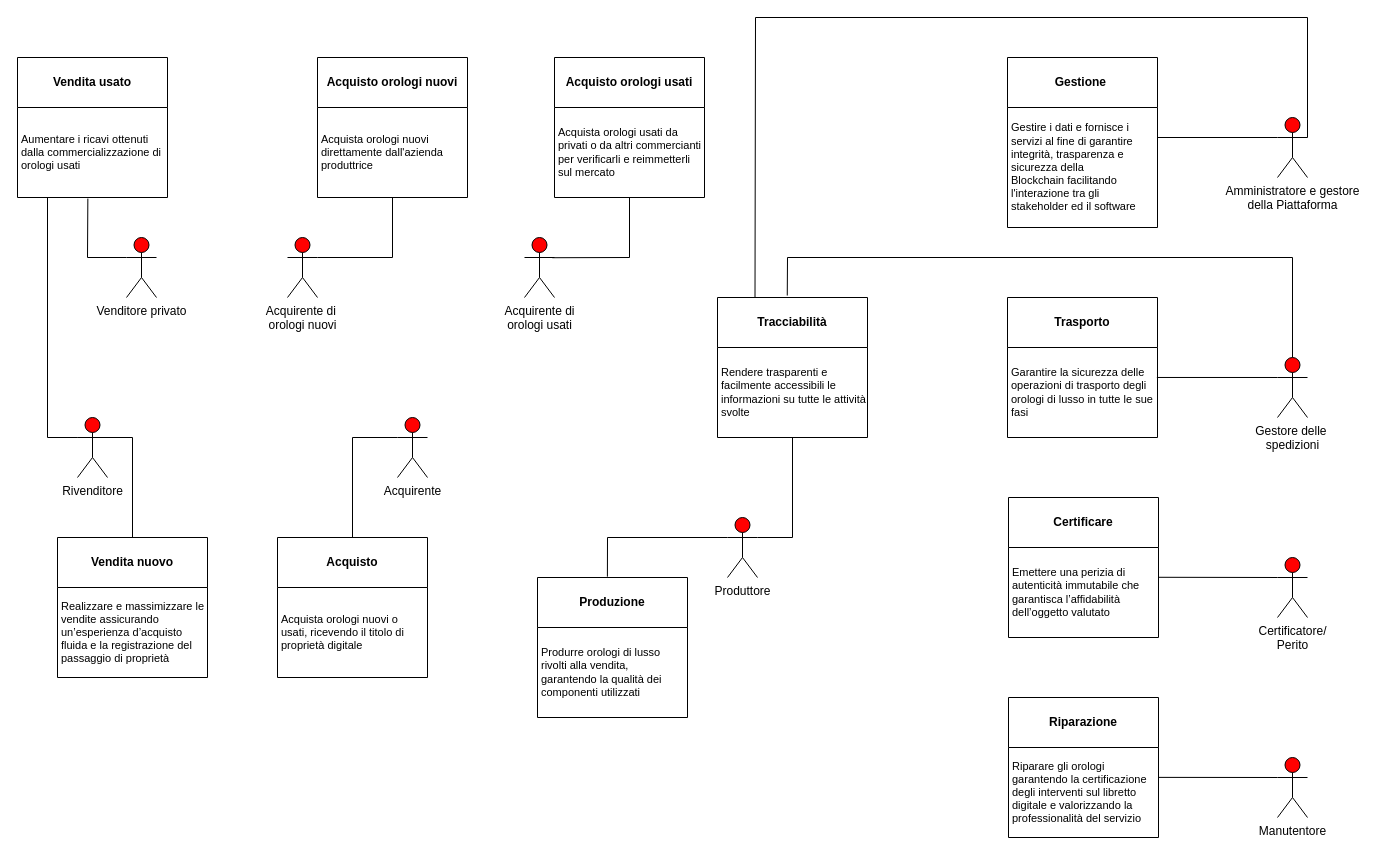
The draw.io diagram Diagrammi/Capitolo3/GoalRoleDiagram.drawio in Vittorio92/ProgettoSistemiInformativi, before the edit. Source tidied: cells renumbered, new cells numbered last; positions are measured from the earlier drawing's top-left corner, leaving out a move shared by most shapes. Both pictures are drawn from the tidied source at 100%, with x=0, y=0 at pixel (17, 17).
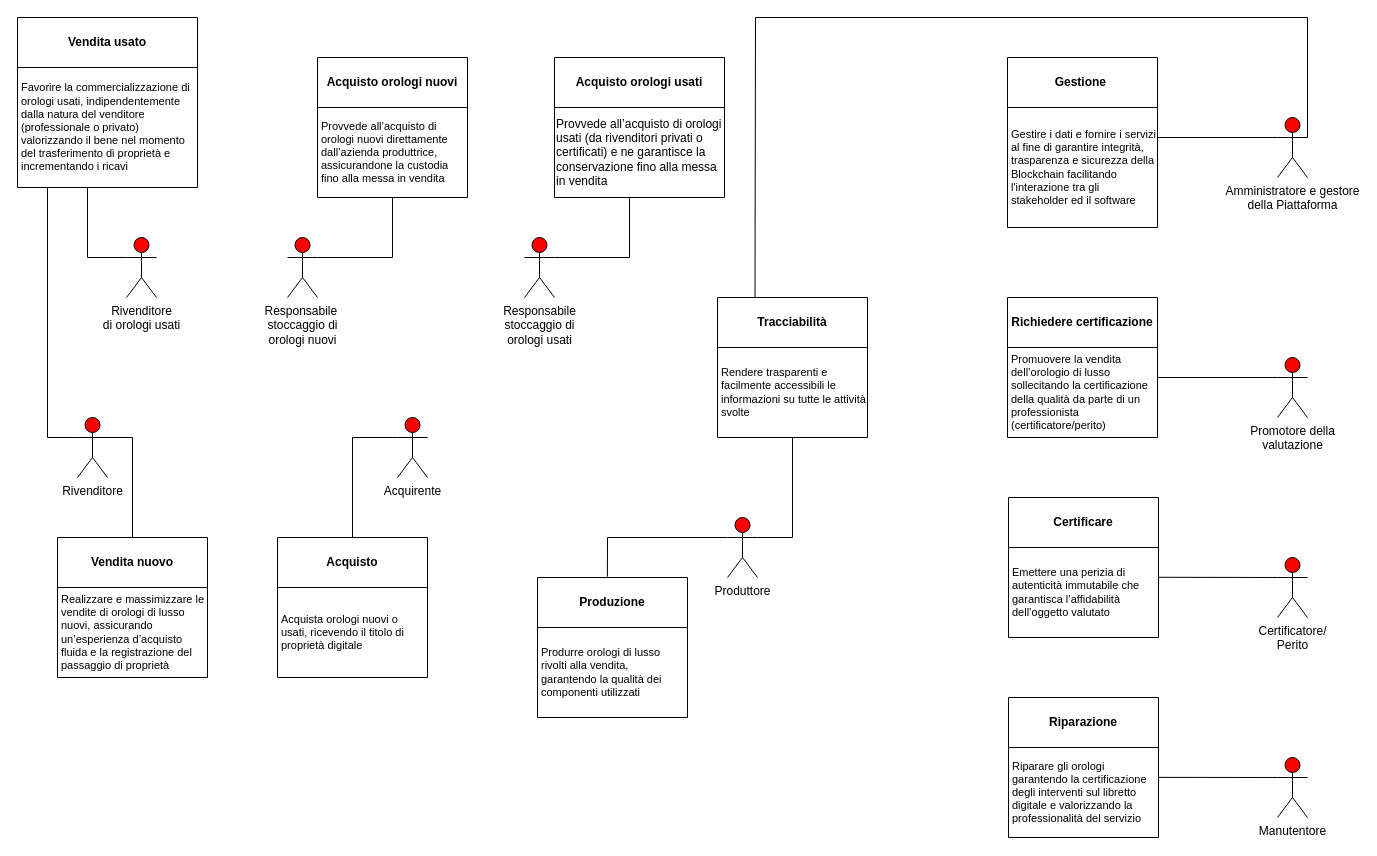
Above is the later version.

Unchanged cells that the change refers to:
```xml
<mxCell id="12" value="&lt;b&gt;Gestione&amp;nbsp;&lt;/b&gt;" style="swimlane;fontStyle=0;horizontal=1;startSize=50;whiteSpace=wrap;html=1;" parent="1" vertex="1">
  <mxGeometry x="990" y="40" width="150" height="170" as="geometry" />
</mxCell>
<mxCell id="16" value="&lt;b&gt;Tracciabilità&lt;/b&gt;" style="swimlane;fontStyle=0;horizontal=1;startSize=50;whiteSpace=wrap;html=1;" parent="1" vertex="1">
  <mxGeometry x="700" y="280" width="150" height="140" as="geometry" />
</mxCell>
<mxCell id="24" value="&lt;b&gt;Vendita nuovo&lt;/b&gt;" style="swimlane;fontStyle=0;horizontal=1;startSize=50;whiteSpace=wrap;html=1;" parent="1" vertex="1">
  <mxGeometry x="40" y="520" width="150" height="140" as="geometry" />
</mxCell>
<mxCell id="30" value="&lt;b&gt;Acquisto orologi nuovi&lt;/b&gt;" style="swimlane;fontStyle=0;horizontal=1;startSize=50;whiteSpace=wrap;html=1;" parent="1" vertex="1">
  <mxGeometry x="300" y="40" width="150" height="140" as="geometry" />
</mxCell>
```

The edit, as a diff of the source:
```diff
@@
-    <mxCell id="6" value="Gestore delle&amp;nbsp;&lt;div&gt;spedizioni&lt;/div&gt;" style="shape=umlActor;verticalLabelPosition=bottom;verticalAlign=top;html=1;fillColor=#FF0000;" parent="1" vertex="1">
-      <mxGeometry x="1260" y="340" width="30" height="60" as="geometry" />
-    </mxCell>
@@
-    <mxCell id="8" value="Venditore privato" style="shape=umlActor;verticalLabelPosition=bottom;verticalAlign=top;html=1;fillColor=#FF0000;" parent="1" vertex="1">
+    <mxCell id="8" value="Rivenditore&lt;div&gt;di orologi usati&lt;/div&gt;" style="shape=umlActor;verticalLabelPosition=bottom;verticalAlign=top;html=1;fillColor=#FF0000;" parent="1" vertex="1">
       <mxGeometry x="109" y="220" width="30" height="60" as="geometry" />
     </mxCell>
@@
-    <mxCell id="10" value="Acquirente di&amp;nbsp;&lt;div&gt;orologi nuovi&lt;/div&gt;" style="shape=umlActor;verticalLabelPosition=bottom;verticalAlign=top;html=1;fillColor=#FF0000;" parent="1" vertex="1">
+    <mxCell id="10" value="Responsabile&amp;nbsp;&lt;div&gt;stoccaggio di&lt;/div&gt;&lt;div&gt;orologi nuovi&lt;/div&gt;" style="shape=umlActor;verticalLabelPosition=bottom;verticalAlign=top;html=1;fillColor=#FF0000;" parent="1" vertex="1">
       <mxGeometry x="270" y="220" width="30" height="60" as="geometry" />
     </mxCell>
-    <mxCell id="11" value="Acquirente di&lt;div&gt;orologi usati&lt;/div&gt;" style="shape=umlActor;verticalLabelPosition=bottom;verticalAlign=top;html=1;fillColor=#FF0000;" parent="1" vertex="1">
+    <mxCell id="11" value="Responsabile&lt;div&gt;stoccaggio di&lt;/div&gt;&lt;div&gt;orologi usati&lt;/div&gt;" style="shape=umlActor;verticalLabelPosition=bottom;verticalAlign=top;html=1;fillColor=#FF0000;" parent="1" vertex="1">
       <mxGeometry x="507" y="220" width="30" height="60" as="geometry" />
     </mxCell>
@@
-    <mxCell id="13" value="Gestire i dati e fornisce i servizi al fine di garantire integrità, trasparenza e sicurezza della Blockchain&amp;nbsp;&lt;span style=&quot;background-color: transparent; color: light-dark(rgb(0, 0, 0), rgb(255, 255, 255));&quot;&gt;facilitando l'interazione tra gli stakeholder ed il software&lt;/span&gt;" style="text;html=1;whiteSpace=wrap;strokeColor=none;fillColor=none;align=left;verticalAlign=middle;rounded=0;fontSize=11;spacingLeft=2;" parent="12" vertex="1">
+    <mxCell id="13" value="Gestire i dati e fornire i servizi al fine di garantire integrità, trasparenza e sicurezza della Blockchain&amp;nbsp;&lt;span style=&quot;background-color: transparent; color: light-dark(rgb(0, 0, 0), rgb(255, 255, 255));&quot;&gt;facilitando l'interazione tra gli stakeholder ed il software&lt;/span&gt;" style="text;html=1;whiteSpace=wrap;strokeColor=none;fillColor=none;align=left;verticalAlign=middle;rounded=0;fontSize=11;spacingLeft=2;" parent="12" vertex="1">
       <mxGeometry y="50" width="150" height="120" as="geometry" />
     </mxCell>
-    <mxCell id="14" value="&lt;b&gt;Trasporto&lt;/b&gt;" style="swimlane;fontStyle=0;horizontal=1;startSize=50;whiteSpace=wrap;html=1;" parent="1" vertex="1">
-      <mxGeometry x="990" y="280" width="150" height="140" as="geometry" />
-    </mxCell>
-    <mxCell id="15" value="Garantire la sicurezza delle operazioni di trasporto degli orologi di lusso in tutte le sue fasi" style="text;html=1;whiteSpace=wrap;strokeColor=none;fillColor=none;align=left;verticalAlign=middle;rounded=0;fontSize=11;spacingLeft=2;" parent="14" vertex="1">
-      <mxGeometry y="50" width="150" height="90" as="geometry" />
-    </mxCell>
@@
-    <mxCell id="25" value="Realizzare e massimizzare le vendite assicurando un’esperienza d’acquisto fluida e la registrazione del passaggio di proprietà" style="text;html=1;whiteSpace=wrap;strokeColor=none;fillColor=none;align=left;verticalAlign=middle;rounded=0;fontSize=11;spacingLeft=2;" parent="24" vertex="1">
+    <mxCell id="25" value="Realizzare e massimizzare le vendite di orologi di lusso nuovi, assicurando un’esperienza d’acquisto fluida e la registrazione del passaggio di proprietà" style="text;html=1;whiteSpace=wrap;strokeColor=none;fillColor=none;align=left;verticalAlign=middle;rounded=0;fontSize=11;spacingLeft=2;" parent="24" vertex="1">
       <mxGeometry y="50" width="150" height="90" as="geometry" />
     </mxCell>
-    <mxCell id="26" value="&lt;b&gt;Acquisto orologi usati&lt;/b&gt;" style="swimlane;fontStyle=0;horizontal=1;startSize=50;whiteSpace=wrap;html=1;" parent="1" vertex="1">
-      <mxGeometry x="537" y="40" width="150" height="140" as="geometry" />
+    <mxCell id="26" value="&lt;b&gt;Acquisto orologi usati&lt;/b&gt;" style="swimlane;fontStyle=0;horizontal=1;startSize=50;whiteSpace=wrap;html=1;align=center;" parent="1" vertex="1">
+      <mxGeometry x="537" y="40" width="170" height="140" as="geometry" />
     </mxCell>
-    <mxCell id="27" value="Acquista orologi usati da privati o da altri commercianti per verificarli e reimmetterli sul mercato" style="text;html=1;whiteSpace=wrap;strokeColor=none;fillColor=none;align=left;verticalAlign=middle;rounded=0;fontSize=11;spacingLeft=2;" parent="26" vertex="1">
-      <mxGeometry y="50" width="150" height="90" as="geometry" />
-    </mxCell>
+    <mxCell id="48" value="Provvede all’acquisto di orologi usati (da rivenditori privati o certificati) e ne garantisce la conservazione fino alla messa in vendita" style="text;html=1;whiteSpace=wrap;strokeColor=none;fillColor=none;align=left;verticalAlign=middle;rounded=0;" parent="26" vertex="1">
+      <mxGeometry y="50" width="170" height="90" as="geometry" />
+    </mxCell>
     <mxCell id="28" value="&lt;b&gt;Vendita usato&lt;/b&gt;" style="swimlane;fontStyle=0;horizontal=1;startSize=50;whiteSpace=wrap;html=1;" parent="1" vertex="1">
-      <mxGeometry y="40" width="150" height="140" as="geometry" />
+      <mxGeometry width="180" height="170" as="geometry" />
     </mxCell>
-    <mxCell id="29" value="Aumentare i ricavi ottenuti dalla commercializzazione di orologi usati" style="text;html=1;whiteSpace=wrap;strokeColor=none;fillColor=none;align=left;verticalAlign=middle;rounded=0;fontSize=11;spacingLeft=2;" parent="28" vertex="1">
-      <mxGeometry y="50" width="150" height="90" as="geometry" />
+    <mxCell id="29" value="Favorire la commercializzazione di orologi usati, indipendentemente dalla natura del venditore (professionale o privato) valorizzando il bene nel momento del trasferimento di proprietà e incrementando i ricavi" style="text;html=1;whiteSpace=wrap;strokeColor=none;fillColor=none;align=left;verticalAlign=middle;rounded=0;fontSize=11;spacingLeft=2;labelPosition=center;verticalLabelPosition=middle;" parent="28" vertex="1">
+      <mxGeometry y="50" width="180" height="120" as="geometry" />
     </mxCell>
@@
-    <mxCell id="31" value="Acquista orologi nuovi direttamente dall'azienda produttrice" style="text;html=1;whiteSpace=wrap;strokeColor=none;fillColor=none;align=left;verticalAlign=middle;rounded=0;fontSize=11;spacingLeft=2;" parent="30" vertex="1">
+    <mxCell id="31" value="Provvede all’acquisto di orologi nuovi direttamente dall’azienda produttrice, assicurandone la custodia fino alla messa in vendita" style="text;html=1;whiteSpace=wrap;strokeColor=none;fillColor=none;align=left;verticalAlign=middle;rounded=0;fontSize=11;spacingLeft=2;" parent="30" vertex="1">
       <mxGeometry y="50" width="150" height="90" as="geometry" />
     </mxCell>
@@
-    <mxCell id="35" style="endArrow=none;html=1;rounded=0;entryX=0;entryY=0.3333333333333333;entryDx=0;entryDy=0;entryPerimeter=0;exitX=0.996;exitY=0.333;exitDx=0;exitDy=0;exitPerimeter=0;" parent="1" edge="1" source="15" target="6">
-      <mxGeometry relative="1" as="geometry" />
-    </mxCell>
@@
-    <mxCell id="40" style="endArrow=none;html=1;rounded=0;exitX=0.5;exitY=0;exitDx=0;exitDy=0;exitPerimeter=0;entryX=0.465;entryY=-0.014;entryDx=0;entryDy=0;entryPerimeter=0;" parent="1" edge="1" source="6" target="16">
-      <mxGeometry relative="1" as="geometry">
-        <Array as="points">
-          <mxPoint x="1275" y="240" />
-          <mxPoint x="770" y="240" />
-        </Array>
-      </mxGeometry>
-    </mxCell>
-    <mxCell id="41" style="endArrow=none;html=1;rounded=0;exitX=0.926;exitY=0.337;exitDx=0;exitDy=0;exitPerimeter=0;entryX=0.5;entryY=1;entryDx=0;entryDy=0;" parent="1" edge="1" source="11" target="27">
+    <mxCell id="41" style="endArrow=none;html=1;rounded=0;entryX=0.5;entryY=1;entryDx=0;entryDy=0;exitX=1;exitY=0.3333333333333333;exitDx=0;exitDy=0;exitPerimeter=0;" parent="1" edge="1" source="11">
       <mxGeometry relative="1" as="geometry">
+        <mxPoint x="612" y="180" as="targetPoint" />
         <Array as="points">
           <mxPoint x="612" y="240" />
         </Array>
       </mxGeometry>
     </mxCell>
@@
-    <mxCell id="45" style="endArrow=none;html=1;rounded=0;entryX=0;entryY=0.3333333333333333;entryDx=0;entryDy=0;entryPerimeter=0;exitX=0.469;exitY=1.012;exitDx=0;exitDy=0;exitPerimeter=0;" parent="1" edge="1" source="29" target="8">
+    <mxCell id="45" style="endArrow=none;html=1;rounded=0;entryX=0;entryY=0.3333333333333333;entryDx=0;entryDy=0;entryPerimeter=0;" parent="1" edge="1" target="8">
       <mxGeometry relative="1" as="geometry">
+        <mxPoint x="70" y="170" as="sourcePoint" />
         <Array as="points">
           <mxPoint x="70" y="240" />
         </Array>
       </mxGeometry>
     </mxCell>
-    <mxCell id="46" style="endArrow=none;html=1;rounded=0;entryX=0.2;entryY=1.001;entryDx=0;entryDy=0;entryPerimeter=0;" parent="1" edge="1" target="29">
+    <mxCell id="46" style="endArrow=none;html=1;rounded=0;" parent="1" edge="1">
       <mxGeometry relative="1" as="geometry">
         <mxPoint x="60" y="420" as="sourcePoint" />
+        <mxPoint x="30" y="170" as="targetPoint" />
         <Array as="points">
           <mxPoint x="30" y="420" />
         </Array>
       </mxGeometry>
     </mxCell>
@@
+    <mxCell id="49" value="Promotore della&lt;div&gt;valutazione&lt;/div&gt;" style="shape=umlActor;verticalLabelPosition=bottom;verticalAlign=top;html=1;fillColor=#FF0000;" parent="1" vertex="1">
+      <mxGeometry x="1260" y="340" width="30" height="60" as="geometry" />
+    </mxCell>
+    <mxCell id="50" value="&lt;b&gt;Richiedere certificazione&lt;/b&gt;" style="swimlane;fontStyle=0;horizontal=1;startSize=50;whiteSpace=wrap;html=1;" parent="1" vertex="1">
+      <mxGeometry x="990" y="280" width="150" height="140" as="geometry" />
+    </mxCell>
+    <mxCell id="51" value="Promuovere la vendita dell’orologio di lusso sollecitando la certificazione della qualità da parte di un professionista (certificatore/perito)" style="text;html=1;whiteSpace=wrap;strokeColor=none;fillColor=none;align=left;verticalAlign=middle;rounded=0;fontSize=11;spacingLeft=2;" parent="50" vertex="1">
+      <mxGeometry y="50" width="150" height="90" as="geometry" />
+    </mxCell>
+    <mxCell id="52" style="endArrow=none;html=1;rounded=0;entryX=0;entryY=0.3333333333333333;entryDx=0;entryDy=0;entryPerimeter=0;" parent="1" edge="1" target="49">
+      <mxGeometry relative="1" as="geometry">
+        <mxPoint x="1140" y="360" as="sourcePoint" />
+      </mxGeometry>
+    </mxCell>
```
